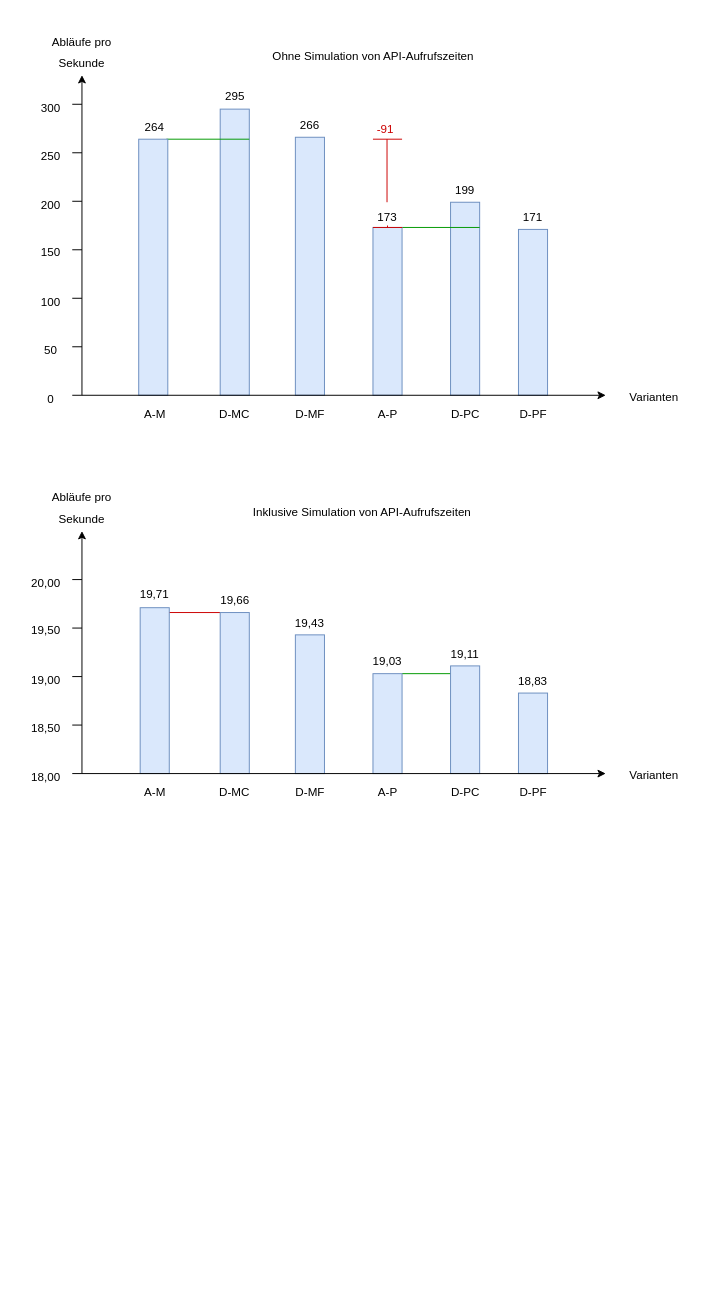
Earlier version of the draw.io diagram svg/PerformanceReqPerSec Sum.drawio (Thalmaier/bachelor-thesis). Source tidied: cells renumbered, new cells numbered last; positions are measured from the earlier drawing's top-left corner, leaving out a move shared by most shapes. Both pictures are drawn from the tidied source at 97%, with x=0, y=0 at pixel (16, 16).
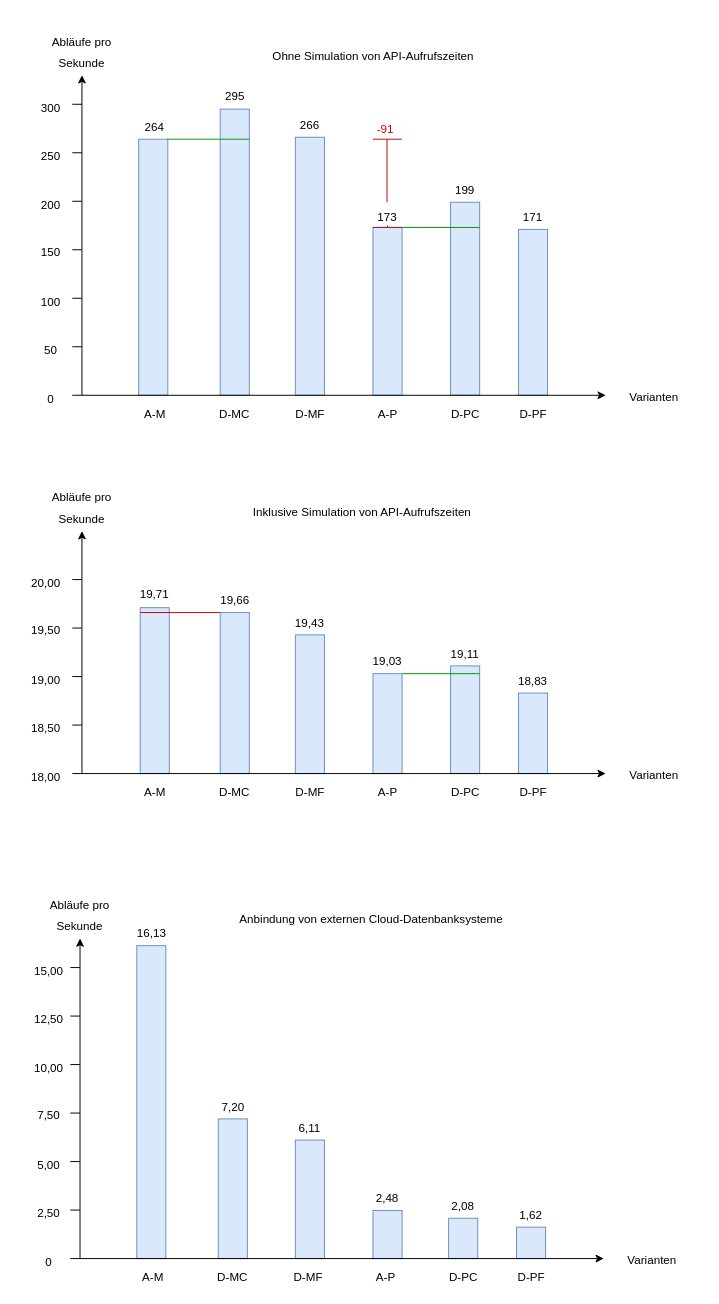
The same diagram, later.

Unchanged cells that the change refers to:
```xml
<mxCell id="8" style="rounded=0;whiteSpace=wrap;html=1;rotation=0;fillColor=#dae8fc;strokeColor=#6c8ebf;" parent="1" vertex="1">
  <mxGeometry x="209.5" y="614" width="30" height="166" as="geometry" />
</mxCell>
<mxCell id="19" style="rounded=0;whiteSpace=wrap;html=1;rotation=0;fillColor=#dae8fc;strokeColor=#6c8ebf;" parent="1" vertex="1">
  <mxGeometry x="367" y="677" width="30" height="103" as="geometry" />
</mxCell>
```

Diff of the diagram source:
```diff
@@
+    <mxCell id="17" style="rounded=0;whiteSpace=wrap;html=1;rotation=0;fillColor=#dae8fc;strokeColor=#6c8ebf;" parent="1" vertex="1">
+      <mxGeometry x="127" y="609" width="30" height="171" as="geometry" />
+    </mxCell>
+    <mxCell id="20" style="rounded=0;whiteSpace=wrap;html=1;rotation=0;fillColor=#dae8fc;strokeColor=#6c8ebf;" parent="1" vertex="1">
+      <mxGeometry x="447" y="669" width="30" height="111" as="geometry" />
+    </mxCell>
+    <mxCell id="7" style="endArrow=none;html=1;strokeColor=#009900;fontColor=none;entryX=1;entryY=0;entryDx=0;entryDy=0;" parent="1" edge="1" target="19">
+      <mxGeometry relative="1" as="geometry">
+        <mxPoint x="477" y="677" as="sourcePoint" />
+      </mxGeometry>
+    </mxCell>
@@
-    <mxCell id="6" style="endArrow=none;html=1;rounded=0;strokeColor=#CC0000;entryX=0.6;entryY=0.029;entryDx=0;entryDy=0;exitX=0;exitY=0;exitDx=0;exitDy=0;entryPerimeter=0;" parent="1" edge="1" source="8" target="17">
-      <mxGeometry relative="1" as="geometry" />
+    <mxCell id="6" style="endArrow=none;html=1;rounded=0;strokeColor=#CC0000;exitX=0;exitY=0;exitDx=0;exitDy=0;" parent="1" edge="1" source="8">
+      <mxGeometry relative="1" as="geometry">
+        <mxPoint x="127" y="614" as="targetPoint" />
+      </mxGeometry>
     </mxCell>
-    <mxCell id="7" style="endArrow=none;html=1;strokeColor=#009900;fontColor=none;entryX=1;entryY=0;entryDx=0;entryDy=0;exitX=0.533;exitY=0.072;exitDx=0;exitDy=0;exitPerimeter=0;" parent="1" edge="1" source="20" target="19">
-      <mxGeometry relative="1" as="geometry" />
-    </mxCell>
@@
-    <mxCell id="17" style="rounded=0;whiteSpace=wrap;html=1;rotation=0;fillColor=#dae8fc;strokeColor=#6c8ebf;" parent="1" vertex="1">
-      <mxGeometry x="127" y="609" width="30" height="171" as="geometry" />
-    </mxCell>
@@
-    <mxCell id="20" style="rounded=0;whiteSpace=wrap;html=1;rotation=0;fillColor=#dae8fc;strokeColor=#6c8ebf;" parent="1" vertex="1">
-      <mxGeometry x="447" y="669" width="30" height="111" as="geometry" />
-    </mxCell>
@@
+    <mxCell id="83" style="rounded=0;whiteSpace=wrap;html=1;rotation=0;fillColor=#dae8fc;strokeColor=#6c8ebf;" parent="1" vertex="1">
+      <mxGeometry x="207.5" y="1136" width="30" height="144" as="geometry" />
+    </mxCell>
+    <mxCell id="84" style="rounded=0;whiteSpace=wrap;html=1;rotation=0;fillColor=#dae8fc;strokeColor=#6c8ebf;" parent="1" vertex="1">
+      <mxGeometry x="445" y="1238.4" width="30" height="41.6" as="geometry" />
+    </mxCell>
+    <mxCell id="85" value="2,50" style="text;html=1;strokeColor=none;fillColor=none;align=center;verticalAlign=middle;whiteSpace=wrap;rounded=0;" parent="1" vertex="1">
+      <mxGeometry x="3" y="1224" width="60" height="20" as="geometry" />
+    </mxCell>
+    <mxCell id="86" value="5,00" style="text;html=1;strokeColor=none;fillColor=none;align=center;verticalAlign=middle;whiteSpace=wrap;rounded=0;" parent="1" vertex="1">
+      <mxGeometry x="3" y="1174" width="60" height="20" as="geometry" />
+    </mxCell>
+    <mxCell id="87" value="7,50" style="text;html=1;strokeColor=none;fillColor=none;align=center;verticalAlign=middle;whiteSpace=wrap;rounded=0;" parent="1" vertex="1">
+      <mxGeometry x="3" y="1123" width="60" height="20" as="geometry" />
+    </mxCell>
+    <mxCell id="88" value="10,00" style="text;html=1;strokeColor=none;fillColor=none;align=center;verticalAlign=middle;whiteSpace=wrap;rounded=0;" parent="1" vertex="1">
+      <mxGeometry x="3" y="1074" width="60" height="20" as="geometry" />
+    </mxCell>
+    <mxCell id="89" value="12,50" style="text;html=1;strokeColor=none;fillColor=none;align=center;verticalAlign=middle;whiteSpace=wrap;rounded=0;" parent="1" vertex="1">
+      <mxGeometry x="3" y="1024" width="60" height="20" as="geometry" />
+    </mxCell>
+    <mxCell id="90" value="15,00" style="text;html=1;strokeColor=none;fillColor=none;align=center;verticalAlign=middle;whiteSpace=wrap;rounded=0;" parent="1" vertex="1">
+      <mxGeometry x="3" y="974" width="60" height="20" as="geometry" />
+    </mxCell>
+    <mxCell id="91" style="endArrow=classic;html=1;rounded=0;strokeColor=#000000;" parent="1" edge="1">
+      <mxGeometry relative="1" as="geometry">
+        <mxPoint x="65" y="1280" as="sourcePoint" />
+        <mxPoint x="65" y="950" as="targetPoint" />
+      </mxGeometry>
+    </mxCell>
+    <mxCell id="92" style="rounded=0;whiteSpace=wrap;html=1;rotation=0;fillColor=#dae8fc;strokeColor=#6c8ebf;" parent="1" vertex="1">
+      <mxGeometry x="123.5" y="957.4" width="30" height="322.6" as="geometry" />
+    </mxCell>
+    <mxCell id="93" style="rounded=0;whiteSpace=wrap;html=1;rotation=0;fillColor=#dae8fc;strokeColor=#6c8ebf;" parent="1" vertex="1">
+      <mxGeometry x="287" y="1157.8" width="30" height="122.2" as="geometry" />
+    </mxCell>
+    <mxCell id="94" style="rounded=0;whiteSpace=wrap;html=1;rotation=0;fillColor=#dae8fc;strokeColor=#6c8ebf;" parent="1" vertex="1">
+      <mxGeometry x="367" y="1230.4" width="30" height="49.6" as="geometry" />
+    </mxCell>
+    <mxCell id="95" style="rounded=0;whiteSpace=wrap;html=1;rotation=0;fillColor=#dae8fc;strokeColor=#6c8ebf;" parent="1" vertex="1">
+      <mxGeometry x="515" y="1247.6" width="30" height="32.4" as="geometry" />
+    </mxCell>
+    <mxCell id="96" value="6,11" style="text;html=1;strokeColor=none;fillColor=none;align=center;verticalAlign=middle;whiteSpace=wrap;rounded=0;" parent="1" vertex="1">
+      <mxGeometry x="272" y="1135.8" width="60" height="20" as="geometry" />
+    </mxCell>
+    <mxCell id="97" value="1,62" style="text;html=1;strokeColor=none;fillColor=none;align=center;verticalAlign=middle;whiteSpace=wrap;rounded=0;" parent="1" vertex="1">
+      <mxGeometry x="500" y="1225.6" width="60" height="20" as="geometry" />
+    </mxCell>
+    <mxCell id="98" value="D-PF" style="text;html=1;strokeColor=none;fillColor=none;align=center;verticalAlign=middle;whiteSpace=wrap;rounded=0;" parent="1" vertex="1">
+      <mxGeometry x="482.5" y="1290" width="95" height="20" as="geometry" />
+    </mxCell>
+    <mxCell id="99" value="A-M" style="text;html=1;strokeColor=none;fillColor=none;align=center;verticalAlign=middle;whiteSpace=wrap;rounded=0;" parent="1" vertex="1">
+      <mxGeometry x="92.5" y="1290" width="95" height="20" as="geometry" />
+    </mxCell>
+    <mxCell id="100" value="D-MF" style="text;html=1;strokeColor=none;fillColor=none;align=center;verticalAlign=middle;whiteSpace=wrap;rounded=0;" parent="1" vertex="1">
+      <mxGeometry x="252.5" y="1290" width="95" height="20" as="geometry" />
+    </mxCell>
+    <mxCell id="101" value="A-P" style="text;html=1;strokeColor=none;fillColor=none;align=center;verticalAlign=middle;whiteSpace=wrap;rounded=0;" parent="1" vertex="1">
+      <mxGeometry x="332.5" y="1290" width="95" height="20" as="geometry" />
+    </mxCell>
+    <mxCell id="102" value="Varianten" style="text;html=1;strokeColor=none;fillColor=none;align=center;verticalAlign=middle;whiteSpace=wrap;rounded=0;" parent="1" vertex="1">
+      <mxGeometry x="605" y="1267" width="100" height="30" as="geometry" />
+    </mxCell>
+    <mxCell id="103" value="Abläufe pro" style="text;strokeColor=none;fillColor=none;align=center;verticalAlign=middle;rounded=0;" parent="1" vertex="1">
+      <mxGeometry x="15" y="890" width="100" height="50" as="geometry" />
+    </mxCell>
+    <mxCell id="104" style="endArrow=none;html=1;rounded=0;strokeColor=#000000;" parent="1" edge="1">
+      <mxGeometry relative="1" as="geometry">
+        <mxPoint x="55" y="1230" as="sourcePoint" />
+        <mxPoint x="65" y="1230" as="targetPoint" />
+      </mxGeometry>
+    </mxCell>
+    <mxCell id="105" style="endArrow=none;html=1;rounded=0;strokeColor=#000000;" parent="1" edge="1">
+      <mxGeometry relative="1" as="geometry">
+        <mxPoint x="55" y="1180" as="sourcePoint" />
+        <mxPoint x="65" y="1180" as="targetPoint" />
+      </mxGeometry>
+    </mxCell>
+    <mxCell id="106" style="endArrow=none;html=1;rounded=0;strokeColor=#000000;" parent="1" edge="1">
+      <mxGeometry relative="1" as="geometry">
+        <mxPoint x="55" y="1130" as="sourcePoint" />
+        <mxPoint x="65" y="1130" as="targetPoint" />
+      </mxGeometry>
+    </mxCell>
+    <mxCell id="107" style="endArrow=none;html=1;rounded=0;strokeColor=#000000;" parent="1" edge="1">
+      <mxGeometry relative="1" as="geometry">
+        <mxPoint x="55" y="1080" as="sourcePoint" />
+        <mxPoint x="65" y="1080" as="targetPoint" />
+      </mxGeometry>
+    </mxCell>
+    <mxCell id="108" style="endArrow=none;html=1;rounded=0;strokeColor=#000000;" parent="1" edge="1">
+      <mxGeometry relative="1" as="geometry">
+        <mxPoint x="55" y="1030" as="sourcePoint" />
+        <mxPoint x="65" y="1030" as="targetPoint" />
+      </mxGeometry>
+    </mxCell>
+    <mxCell id="109" style="endArrow=none;html=1;rounded=0;strokeColor=#000000;" parent="1" edge="1">
+      <mxGeometry relative="1" as="geometry">
+        <mxPoint x="55" y="980" as="sourcePoint" />
+        <mxPoint x="65" y="980" as="targetPoint" />
+      </mxGeometry>
+    </mxCell>
+    <mxCell id="110" value="Sekunde" style="text;strokeColor=none;fillColor=none;align=center;verticalAlign=middle;rounded=0;" parent="1" vertex="1">
+      <mxGeometry x="15" y="912" width="100" height="50" as="geometry" />
+    </mxCell>
+    <mxCell id="111" value="7,20" style="text;html=1;strokeColor=none;fillColor=none;align=center;verticalAlign=middle;whiteSpace=wrap;rounded=0;" parent="1" vertex="1">
+      <mxGeometry x="192.5" y="1113.8" width="60" height="20" as="geometry" />
+    </mxCell>
+    <mxCell id="112" value="D-MC" style="text;html=1;strokeColor=none;fillColor=none;align=center;verticalAlign=middle;whiteSpace=wrap;rounded=0;" parent="1" vertex="1">
+      <mxGeometry x="175" y="1290" width="95" height="20" as="geometry" />
+    </mxCell>
+    <mxCell id="113" value="D-PC" style="text;html=1;strokeColor=none;fillColor=none;align=center;verticalAlign=middle;whiteSpace=wrap;rounded=0;" parent="1" vertex="1">
+      <mxGeometry x="412.5" y="1290" width="95" height="20" as="geometry" />
+    </mxCell>
+    <mxCell id="114" value="2,08" style="text;html=1;strokeColor=none;fillColor=none;align=center;verticalAlign=middle;whiteSpace=wrap;rounded=0;" parent="1" vertex="1">
+      <mxGeometry x="430" y="1216.4" width="60" height="20" as="geometry" />
+    </mxCell>
+    <mxCell id="115" value="Anbindung von externen Cloud-Datenbanksysteme" style="text;strokeColor=none;fillColor=none;align=center;verticalAlign=middle;rounded=0;" parent="1" vertex="1">
+      <mxGeometry x="153.5" y="920" width="424" height="20" as="geometry" />
+    </mxCell>
+    <mxCell id="116" value="0" style="text;html=1;strokeColor=none;fillColor=none;align=center;verticalAlign=middle;whiteSpace=wrap;rounded=0;" parent="1" vertex="1">
+      <mxGeometry x="3" y="1274" width="60" height="20" as="geometry" />
+    </mxCell>
+    <mxCell id="117" style="endArrow=none;html=1;rounded=0;strokeColor=#000000;" parent="1" edge="1">
+      <mxGeometry relative="1" as="geometry">
+        <mxPoint x="55" y="1280" as="sourcePoint" />
+        <mxPoint x="65" y="1280" as="targetPoint" />
+      </mxGeometry>
+    </mxCell>
+    <mxCell id="118" style="endArrow=classic;html=1;rounded=0;endFill=1;strokeColor=#000000;" parent="1" edge="1">
+      <mxGeometry relative="1" as="geometry">
+        <mxPoint x="65" y="1280" as="sourcePoint" />
+        <mxPoint x="605" y="1280" as="targetPoint" />
+      </mxGeometry>
+    </mxCell>
+    <mxCell id="119" value="16,13" style="text;html=1;strokeColor=none;fillColor=none;align=center;verticalAlign=middle;whiteSpace=wrap;rounded=0;" parent="1" vertex="1">
+      <mxGeometry x="108.5" y="935.4" width="60" height="20" as="geometry" />
+    </mxCell>
+    <mxCell id="120" value="2,48" style="text;html=1;strokeColor=none;fillColor=none;align=center;verticalAlign=middle;whiteSpace=wrap;rounded=0;" parent="1" vertex="1">
+      <mxGeometry x="352" y="1208.4" width="60" height="20" as="geometry" />
+    </mxCell>
```
